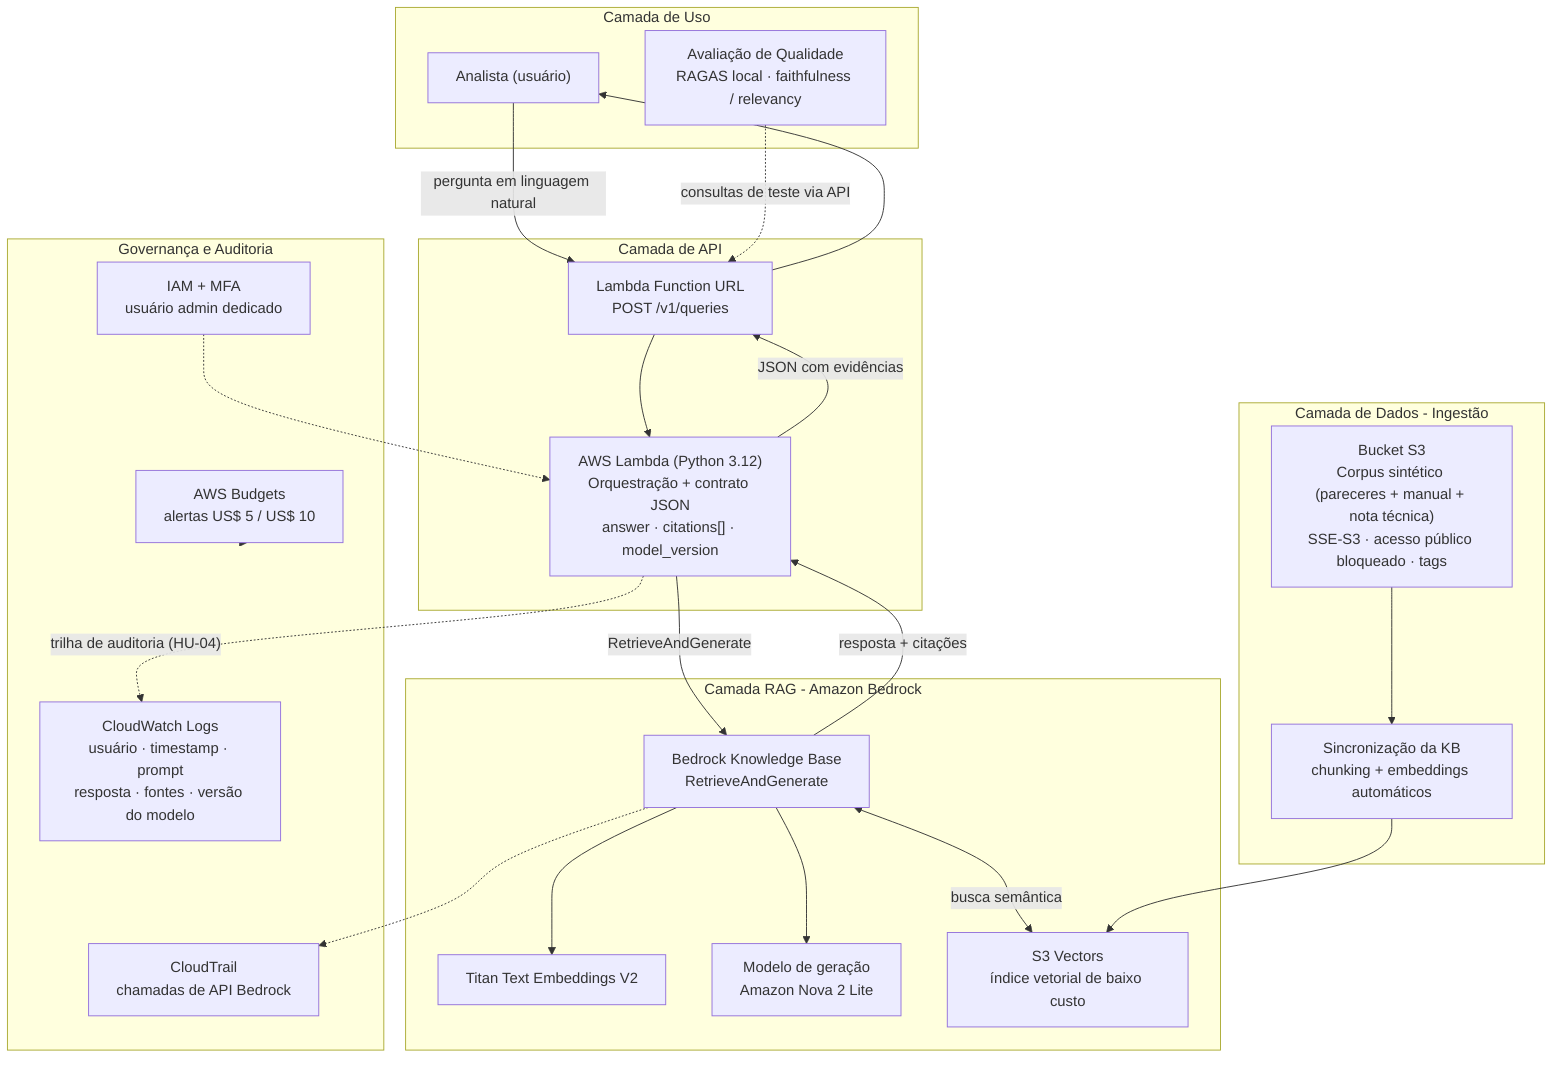
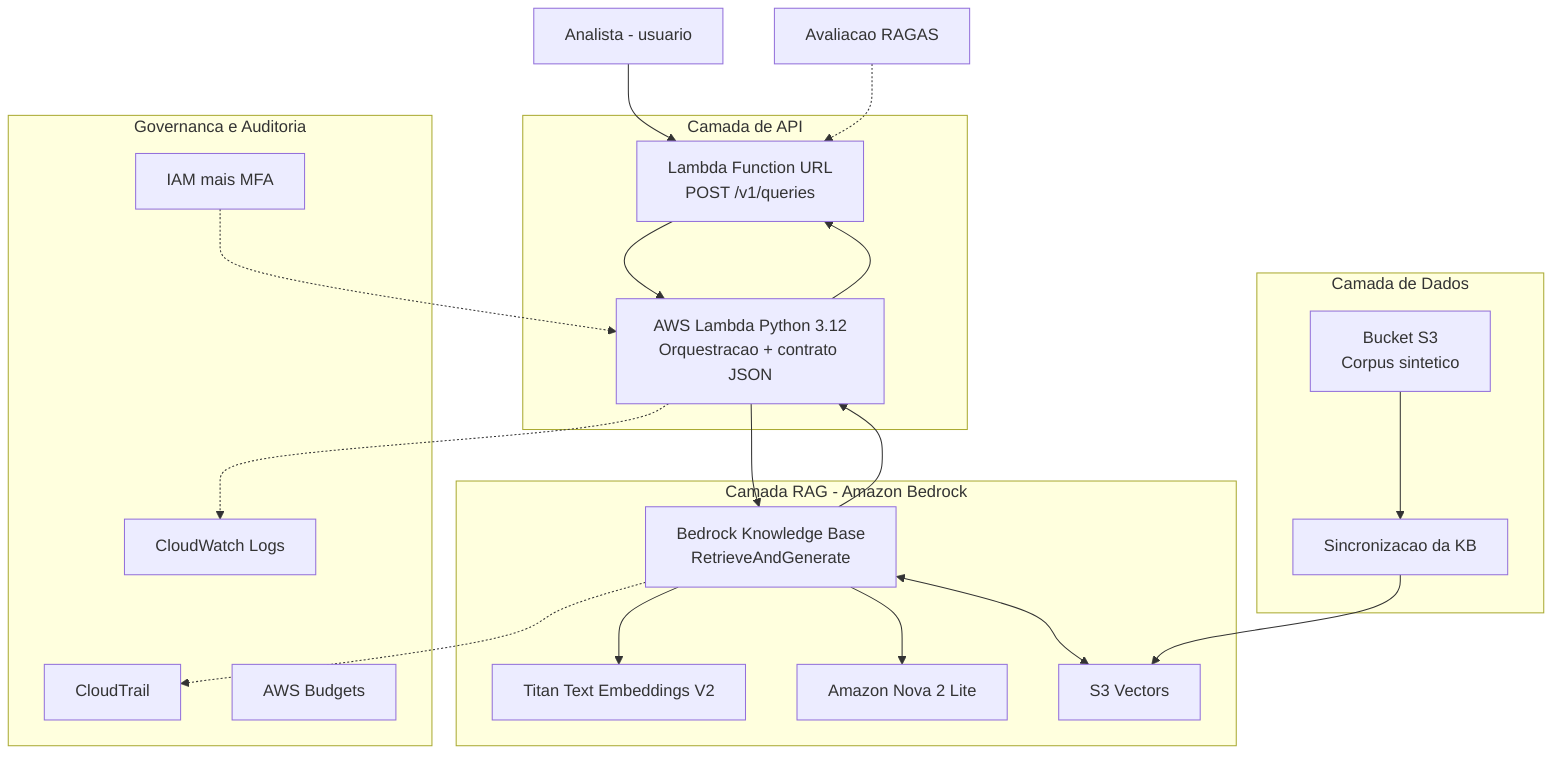
flowchart TB
-     subgraph Usuarios["Camada de Uso"]
-         A["Analista (usuário)"]
-         AV["Avaliação de Qualidade<br/>RAGAS local · faithfulness / relevancy"]
-     end
+     A["Analista - usuario"]

    subgraph API["Camada de API"]
        FU["Lambda Function URL<br/>POST /v1/queries"]
-         L["AWS Lambda (Python 3.12)<br/>Orquestração + contrato JSON<br/>answer · citations[] · model_version"]
+         L["AWS Lambda Python 3.12<br/>Orquestracao + contrato JSON"]
    end

    subgraph RAG["Camada RAG - Amazon Bedrock"]
        KB["Bedrock Knowledge Base<br/>RetrieveAndGenerate"]
        EMB["Titan Text Embeddings V2"]
-         GEN["Modelo de geração<br/>Amazon Nova 2 Lite"]
-         VS["S3 Vectors<br/>índice vetorial de baixo custo"]
+         GEN["Amazon Nova 2 Lite"]
+         VS["S3 Vectors"]
    end

-     subgraph Dados["Camada de Dados - Ingestão"]
-         S3["Bucket S3<br/>Corpus sintético (pareceres + manual + nota técnica)<br/>SSE-S3 · acesso público bloqueado · tags"]
-         SYNC["Sincronização da KB<br/>chunking + embeddings automáticos"]
+     subgraph Dados["Camada de Dados"]
+         S3["Bucket S3<br/>Corpus sintetico"]
+         SYNC["Sincronizacao da KB"]
    end

-     subgraph Gov["Governança e Auditoria"]
-         CW["CloudWatch Logs<br/>usuário · timestamp · prompt<br/>resposta · fontes · versão do modelo"]
-         CT["CloudTrail<br/>chamadas de API Bedrock"]
-         BG["AWS Budgets<br/>alertas US$ 5 / US$ 10"]
-         IAM["IAM + MFA<br/>usuário admin dedicado"]
+     subgraph Gov["Governanca e Auditoria"]
+         CW["CloudWatch Logs"]
+         CT["CloudTrail"]
+         BG["AWS Budgets"]
+         IAM["IAM mais MFA"]
    end

-     A -->|"pergunta em linguagem natural"| FU
+     AV["Avaliacao RAGAS"]
+ 
+     A --> FU
    FU --> L
-     L -->|"RetrieveAndGenerate"| KB
+     L --> KB
    KB --> EMB
    KB --> GEN
-     KB <-->|"busca semântica"| VS
-     S3 --> SYNC --> VS
-     KB -->|"resposta + citações"| L
-     L -->|"JSON com evidências"| FU --> A
-     L -.->|"trilha de auditoria (HU-04)"| CW
+     KB <--> VS
+     S3 --> SYNC
+     SYNC --> VS
+     KB --> L
+     L --> FU
+     L -.-> CW
    KB -.-> CT
-     AV -.->|"consultas de teste via API"| FU
+     AV -.-> FU
    IAM -.-> L
-     BG -.-> Gov
